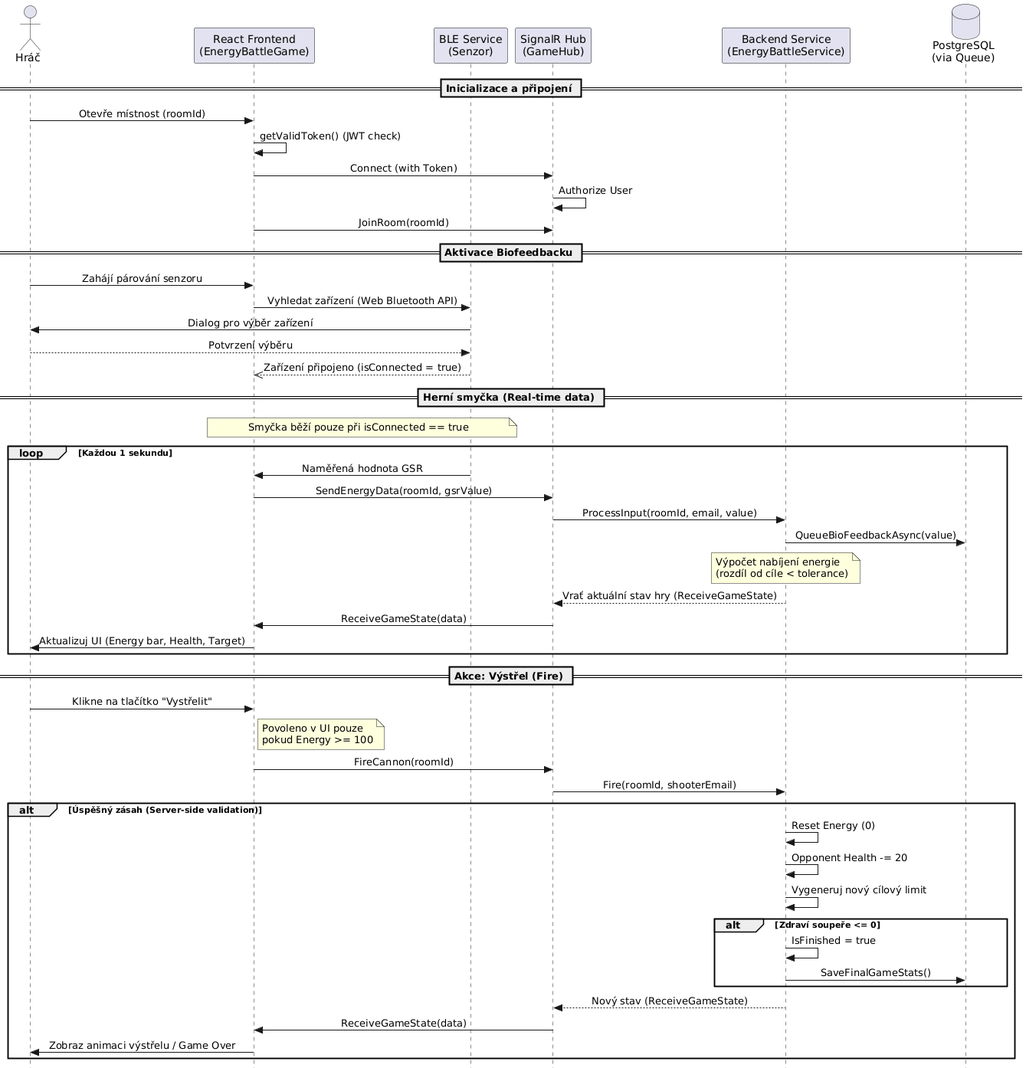
Earlier version of the PlantUML export doc/plantuml/img/energybattle.png (elsnoxx/Bachelor-thesis). Source of this version:
```plantuml
@startuml
skinparam style strictuml
skinparam sequenceMessageAlign center

actor "Hráč" as Player
participant "React Frontend\n(EnergyBattleGame)" as FE
participant "BLE Service\n(Senzor)" as BLE
participant "SignalR Hub\n(GameHub)" as Hub
participant "Backend Service\n(EnergyBattleService)" as Backend
database "PostgreSQL\n(via Queue)" as DB

== Inicializace a připojení ==

Player -> FE : Otevře místnost (roomId)
FE -> FE : getValidToken() (JWT check)
FE -> Hub : Connect (with Token)
Hub -> Hub : Authorize User
FE -> Hub : JoinRoom(roomId)

== Aktivace Biofeedbacku ==

Player -> FE : Zahájí párování senzoru
FE -> BLE : Vyhledat zařízení (Web Bluetooth API)
BLE -> Player : Dialog pro výběr zařízení
Player --> BLE : Potvrzení výběru
BLE -->> FE : Zařízení připojeno (isConnected = true)

== Herní smyčka (Real-time data) ==

note over FE, BLE : Smyčka běží pouze při isConnected == true

loop Každou 1 sekundu
    BLE -> FE : Naměřená hodnota GSR

    FE -> Hub : SendEnergyData(roomId, gsrValue)
    Hub -> Backend : ProcessInput(roomId, email, value)

    Backend -> DB : QueueBioFeedbackAsync(value)

    note over Backend : Výpočet nabíjení energie\n(rozdíl od cíle < tolerance)

    Backend --> Hub : Vrať aktuální stav hry (ReceiveGameState)
    Hub -> FE : ReceiveGameState(data)
    FE -> Player : Aktualizuj UI (Energy bar, Health, Target)
end

== Akce: Výstřel (Fire) ==

Player -> FE : Klikne na tlačítko "Vystřelit"
note right of FE : Povoleno v UI pouze\npokud Energy >= 100

FE -> Hub : FireCannon(roomId)
Hub -> Backend : Fire(roomId, shooterEmail)

alt Úspěšný zásah (Server-side validation)
    Backend -> Backend : Reset Energy (0)
    Backend -> Backend : Opponent Health -= 20
    Backend -> Backend : Vygeneruj nový cílový limit

    alt Zdraví soupeře <= 0
        Backend -> Backend : IsFinished = true
        Backend -> DB : SaveFinalGameStats()
    end

    Backend --> Hub : Nový stav (ReceiveGameState)
    Hub -> FE : ReceiveGameState(data)
    FE -> Player : Zobraz animaci výstřelu / Game Over
end
@enduml
```
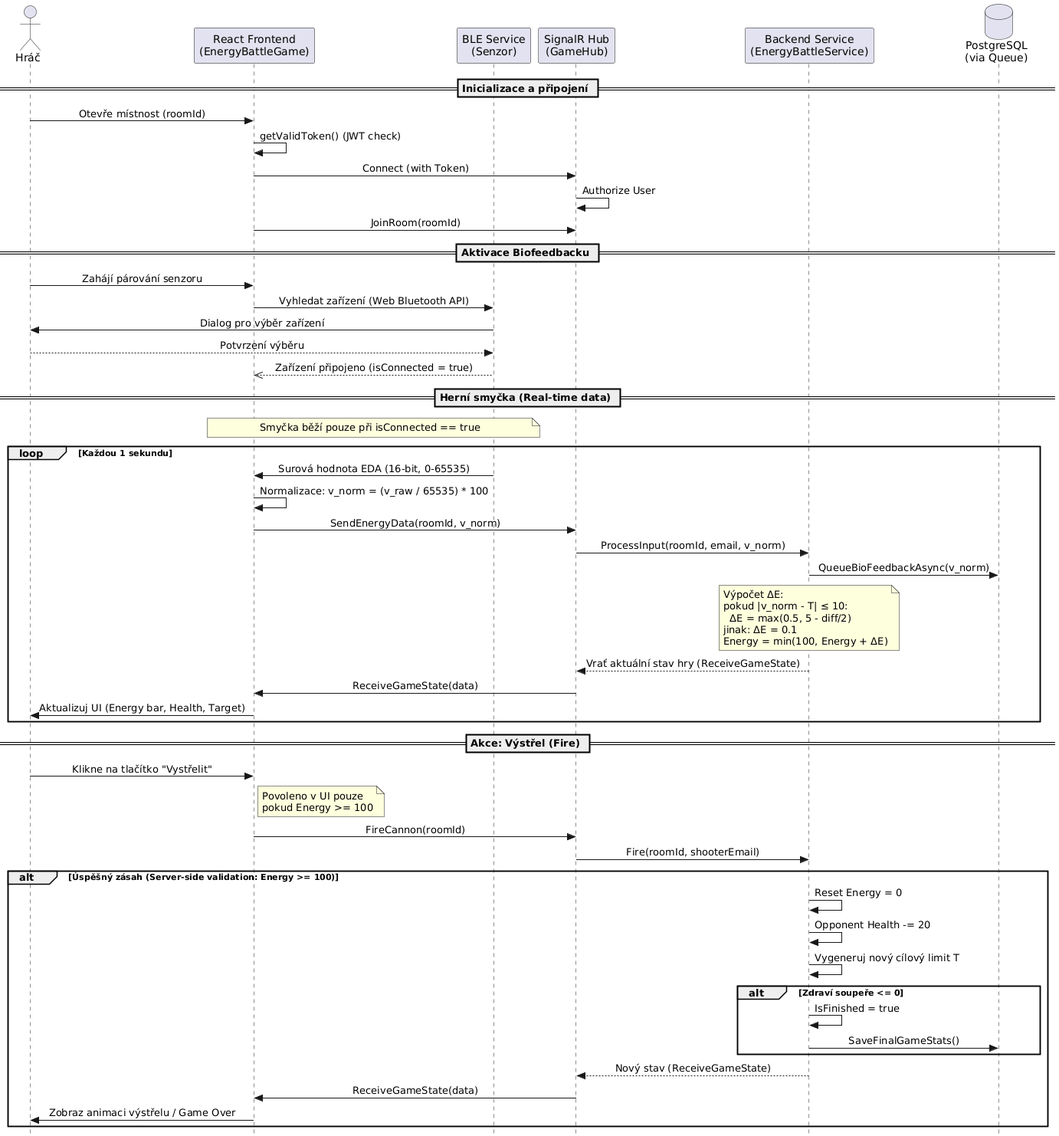
The same file after the commit.

Commit message:
fix sequence diagrams

Diff of the diagram source:
```diff
@@ -30,14 +30,15 @@
 note over FE, BLE : Smyčka běží pouze při isConnected == true
 
 loop Každou 1 sekundu
-    BLE -> FE : Naměřená hodnota GSR
+    BLE -> FE : Surová hodnota EDA (16-bit, 0-65535)
+    FE -> FE : Normalizace: v_norm = (v_raw / 65535) * 100
 
-    FE -> Hub : SendEnergyData(roomId, gsrValue)
-    Hub -> Backend : ProcessInput(roomId, email, value)
+    FE -> Hub : SendEnergyData(roomId, v_norm)
+    Hub -> Backend : ProcessInput(roomId, email, v_norm)
 
-    Backend -> DB : QueueBioFeedbackAsync(value)
+    Backend -> DB : QueueBioFeedbackAsync(v_norm)
 
-    note over Backend : Výpočet nabíjení energie\n(rozdíl od cíle < tolerance)
+    note over Backend : Výpočet ΔE:\npokud |v_norm - T| ≤ 10:\n  ΔE = max(0.5, 5 - diff/2)\njinak: ΔE = 0.1\nEnergy = min(100, Energy + ΔE)
 
     Backend --> Hub : Vrať aktuální stav hry (ReceiveGameState)
     Hub -> FE : ReceiveGameState(data)
@@ -52,10 +53,10 @@
 FE -> Hub : FireCannon(roomId)
 Hub -> Backend : Fire(roomId, shooterEmail)
 
-alt Úspěšný zásah (Server-side validation)
-    Backend -> Backend : Reset Energy (0)
+alt Úspěšný zásah (Server-side validation: Energy >= 100)
+    Backend -> Backend : Reset Energy = 0
     Backend -> Backend : Opponent Health -= 20
-    Backend -> Backend : Vygeneruj nový cílový limit
+    Backend -> Backend : Vygeneruj nový cílový limit T
 
     alt Zdraví soupeře <= 0
         Backend -> Backend : IsFinished = true
```
